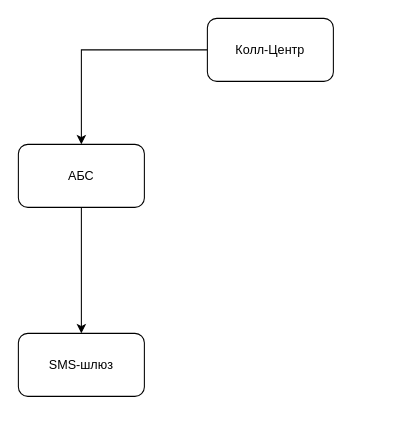
This is page "Интеграции" (4 of 4) of it_land_map.drawio from MorKaragh/drawings, a draw.io file, before an edit. Source tidied: cells renumbered, new cells numbered last; positions are measured from the earlier drawing's top-left corner, leaving out a move shared by most shapes. Both pictures are drawn from the tidied source at 105%, with x=0, y=0 at pixel (18, 18).
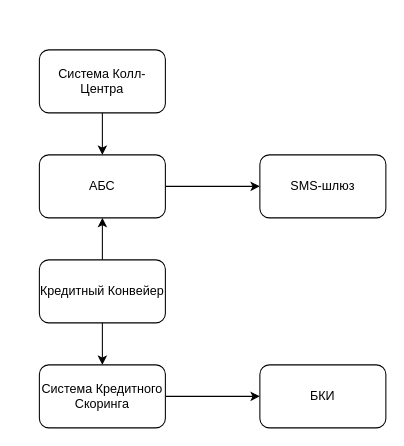
Above is the later version.

Change to the diagram source:
```diff
@@
 <mxGraphModel>
   <root>
     <mxCell id="0" />
     <mxCell id="1" parent="0" />
-    <mxCell id="2" style="edgeStyle=orthogonalEdgeStyle;rounded=0;jettySize=auto;html=1;exitX=0.5;exitY=1;exitDx=0;exitDy=0;" parent="1" edge="1" source="3" target="6">
+    <mxCell id="2" style="edgeStyle=orthogonalEdgeStyle;shape=connector;rounded=0;jettySize=auto;html=1;strokeColor=default;align=center;verticalAlign=middle;fontFamily=Helvetica;fontSize=11;fontColor=default;labelBackgroundColor=default;endArrow=classic;" parent="1" edge="1" source="3" target="6">
       <mxGeometry relative="1" as="geometry" />
     </mxCell>
     <mxCell id="3" value="АБС" style="rounded=1;whiteSpace=wrap;html=1;" parent="1" vertex="1">
-      <mxGeometry y="120" width="120" height="60" as="geometry" />
+      <mxGeometry x="20" y="130" width="120" height="60" as="geometry" />
     </mxCell>
-    <mxCell id="4" style="edgeStyle=orthogonalEdgeStyle;rounded=0;jettySize=auto;html=1;exitX=0;exitY=0.5;exitDx=0;exitDy=0;" parent="1" edge="1" source="5" target="3">
+    <mxCell id="4" style="edgeStyle=orthogonalEdgeStyle;shape=connector;rounded=0;jettySize=auto;html=1;strokeColor=default;align=center;verticalAlign=middle;fontFamily=Helvetica;fontSize=11;fontColor=default;labelBackgroundColor=default;endArrow=classic;" parent="1" edge="1" source="5" target="3">
       <mxGeometry relative="1" as="geometry" />
     </mxCell>
-    <mxCell id="5" value="Колл-Центр" style="rounded=1;whiteSpace=wrap;html=1;" parent="1" vertex="1">
-      <mxGeometry x="180" width="120" height="60" as="geometry" />
+    <mxCell id="5" value="Система Колл-Центра" style="rounded=1;whiteSpace=wrap;html=1;" parent="1" vertex="1">
+      <mxGeometry x="20" y="30" width="120" height="60" as="geometry" />
     </mxCell>
     <mxCell id="6" value="SMS-шлюз" style="rounded=1;whiteSpace=wrap;html=1;" parent="1" vertex="1">
-      <mxGeometry y="300" width="120" height="60" as="geometry" />
+      <mxGeometry x="230" y="130" width="120" height="60" as="geometry" />
     </mxCell>
+    <mxCell id="7" style="edgeStyle=orthogonalEdgeStyle;shape=connector;rounded=0;jettySize=auto;html=1;strokeColor=default;align=center;verticalAlign=middle;fontFamily=Helvetica;fontSize=11;fontColor=default;labelBackgroundColor=default;endArrow=classic;" parent="1" edge="1" source="9" target="3">
+      <mxGeometry relative="1" as="geometry" />
+    </mxCell>
+    <mxCell id="8" style="edgeStyle=orthogonalEdgeStyle;shape=connector;rounded=0;jettySize=auto;html=1;strokeColor=default;align=center;verticalAlign=middle;fontFamily=Helvetica;fontSize=11;fontColor=default;labelBackgroundColor=default;endArrow=classic;" parent="1" edge="1" source="9" target="12">
+      <mxGeometry relative="1" as="geometry" />
+    </mxCell>
+    <mxCell id="9" value="Кредитный Конвейер" style="rounded=1;whiteSpace=wrap;html=1;" parent="1" vertex="1">
+      <mxGeometry x="20" y="230" width="120" height="60" as="geometry" />
+    </mxCell>
+    <mxCell id="10" value="БКИ" style="rounded=1;whiteSpace=wrap;html=1;" parent="1" vertex="1">
+      <mxGeometry x="230" y="330" width="120" height="60" as="geometry" />
+    </mxCell>
+    <mxCell id="11" style="edgeStyle=orthogonalEdgeStyle;shape=connector;rounded=0;jettySize=auto;html=1;strokeColor=default;align=center;verticalAlign=middle;fontFamily=Helvetica;fontSize=11;fontColor=default;labelBackgroundColor=default;endArrow=classic;" parent="1" edge="1" source="12" target="10">
+      <mxGeometry relative="1" as="geometry" />
+    </mxCell>
+    <mxCell id="12" value="Система Кредитного Скоринга" style="rounded=1;whiteSpace=wrap;html=1;" parent="1" vertex="1">
+      <mxGeometry x="20" y="330" width="120" height="60" as="geometry" />
+    </mxCell>
   </root>
 </mxGraphModel>
```
